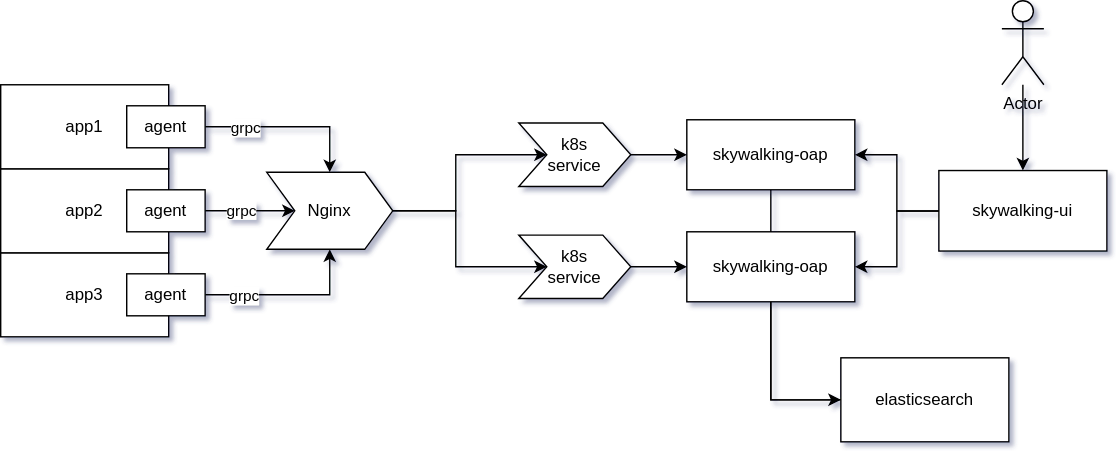
Earlier version of the draw.io export source/_posts/Distribution/grpc-in-k8s/skywalking-nginx.svg (holmofy/blog.hufeifei.cn). Source tidied: cells renumbered, new cells last; positions are measured from the earlier drawing's top-left corner, leaving out a move shared by most shapes. The source it was exported from:
```xml
<mxGraphModel>
  <root>
    <mxCell id="0" />
    <mxCell id="1" parent="0" />
    <mxCell id="2" style="edgeStyle=orthogonalEdgeStyle;rounded=0;jettySize=auto;html=1;entryX=0.5;entryY=0;entryDx=0;entryDy=0;" parent="1" edge="1" source="17" target="21">
      <mxGeometry relative="1" as="geometry">
        <Array as="points">
          <mxPoint x="550" y="285" />
          <mxPoint x="660" y="285" />
        </Array>
      </mxGeometry>
    </mxCell>
    <mxCell id="3" value="app3" style="rounded=0;whiteSpace=wrap;html=1;" parent="1" vertex="1">
      <mxGeometry y="180" width="120" height="60" as="geometry" />
    </mxCell>
    <mxCell id="4" value="app2" style="rounded=0;whiteSpace=wrap;html=1;" parent="1" vertex="1">
      <mxGeometry y="120" width="120" height="60" as="geometry" />
    </mxCell>
    <mxCell id="5" value="app1" style="rounded=0;whiteSpace=wrap;html=1;" parent="1" vertex="1">
      <mxGeometry y="60" width="120" height="60" as="geometry" />
    </mxCell>
    <mxCell id="6" style="edgeStyle=orthogonalEdgeStyle;rounded=0;jettySize=auto;html=1;entryX=0.5;entryY=0;entryDx=0;entryDy=0;" parent="1" edge="1" source="8" target="20">
      <mxGeometry relative="1" as="geometry" />
    </mxCell>
    <mxCell id="7" value="grpc" style="edgeLabel;html=1;align=center;verticalAlign=middle;" parent="6" vertex="1">
      <mxGeometry x="-0.54" relative="1" as="geometry" />
    </mxCell>
    <mxCell id="8" value="agent" style="rounded=0;whiteSpace=wrap;html=1;" parent="1" vertex="1">
      <mxGeometry x="90" y="75" width="56" height="30" as="geometry" />
    </mxCell>
    <mxCell id="9" style="edgeStyle=orthogonalEdgeStyle;rounded=0;jettySize=auto;html=1;entryX=0.5;entryY=1;entryDx=0;entryDy=0;" parent="1" edge="1" source="11" target="20">
      <mxGeometry relative="1" as="geometry" />
    </mxCell>
    <mxCell id="10" value="grpc" style="edgeLabel;html=1;align=center;verticalAlign=middle;" parent="9" vertex="1">
      <mxGeometry x="-0.56" y="1" relative="1" as="geometry">
        <mxPoint y="1" as="offset" />
      </mxGeometry>
    </mxCell>
    <mxCell id="11" value="agent" style="rounded=0;whiteSpace=wrap;html=1;" parent="1" vertex="1">
      <mxGeometry x="90" y="195" width="56" height="30" as="geometry" />
    </mxCell>
    <mxCell id="12" style="edgeStyle=orthogonalEdgeStyle;rounded=0;jettySize=auto;html=1;entryX=0;entryY=0.5;entryDx=0;entryDy=0;" parent="1" edge="1" source="14" target="20">
      <mxGeometry relative="1" as="geometry" />
    </mxCell>
    <mxCell id="13" value="grpc" style="edgeLabel;html=1;align=center;verticalAlign=middle;" parent="12" vertex="1">
      <mxGeometry x="-0.23" y="1" relative="1" as="geometry" />
    </mxCell>
    <mxCell id="14" value="agent" style="rounded=0;whiteSpace=wrap;html=1;" parent="1" vertex="1">
      <mxGeometry x="90" y="135" width="56" height="30" as="geometry" />
    </mxCell>
    <mxCell id="15" style="edgeStyle=orthogonalEdgeStyle;rounded=0;jettySize=auto;html=1;entryX=0;entryY=0.5;entryDx=0;entryDy=0;" parent="1" edge="1" source="16" target="21">
      <mxGeometry relative="1" as="geometry" />
    </mxCell>
    <mxCell id="16" value="skywalking-oap" style="rounded=0;whiteSpace=wrap;html=1;" parent="1" vertex="1">
      <mxGeometry x="490" y="165" width="120" height="50" as="geometry" />
    </mxCell>
    <mxCell id="17" value="skywalking-oap" style="rounded=0;whiteSpace=wrap;html=1;" parent="1" vertex="1">
      <mxGeometry x="490" y="85" width="120" height="50" as="geometry" />
    </mxCell>
    <mxCell id="18" style="edgeStyle=orthogonalEdgeStyle;rounded=0;jettySize=auto;html=1;entryX=0;entryY=0.5;entryDx=0;entryDy=0;" parent="1" edge="1" source="20" target="28">
      <mxGeometry relative="1" as="geometry" />
    </mxCell>
    <mxCell id="19" style="edgeStyle=orthogonalEdgeStyle;rounded=0;jettySize=auto;html=1;" parent="1" edge="1" source="20" target="30">
      <mxGeometry relative="1" as="geometry" />
    </mxCell>
    <mxCell id="20" value="Nginx" style="shape=step;perimeter=stepPerimeter;whiteSpace=wrap;html=1;fixedSize=1;" parent="1" vertex="1">
      <mxGeometry x="190" y="122.5" width="90" height="55" as="geometry" />
    </mxCell>
    <mxCell id="21" value="elasticsearch" style="rounded=0;whiteSpace=wrap;html=1;" parent="1" vertex="1">
      <mxGeometry x="600" y="255" width="120" height="60" as="geometry" />
    </mxCell>
    <mxCell id="22" style="edgeStyle=orthogonalEdgeStyle;rounded=0;jettySize=auto;html=1;entryX=1;entryY=0.5;entryDx=0;entryDy=0;" parent="1" edge="1" source="24" target="17">
      <mxGeometry relative="1" as="geometry" />
    </mxCell>
    <mxCell id="23" style="edgeStyle=orthogonalEdgeStyle;rounded=0;jettySize=auto;html=1;entryX=1;entryY=0.5;entryDx=0;entryDy=0;" parent="1" edge="1" source="24" target="16">
      <mxGeometry relative="1" as="geometry" />
    </mxCell>
    <mxCell id="24" value="skywalking-ui" style="rounded=0;whiteSpace=wrap;html=1;" parent="1" vertex="1">
      <mxGeometry x="670" y="121.2" width="120" height="57.5" as="geometry" />
    </mxCell>
    <mxCell id="25" style="edgeStyle=orthogonalEdgeStyle;rounded=0;jettySize=auto;html=1;" parent="1" edge="1" source="26" target="24">
      <mxGeometry relative="1" as="geometry" />
    </mxCell>
    <mxCell id="26" value="Actor" style="shape=umlActor;verticalLabelPosition=bottom;verticalAlign=top;html=1;outlineConnect=0;" parent="1" vertex="1">
      <mxGeometry x="715" width="30" height="60" as="geometry" />
    </mxCell>
    <mxCell id="27" style="edgeStyle=orthogonalEdgeStyle;rounded=0;jettySize=auto;html=1;" parent="1" edge="1" source="28" target="17">
      <mxGeometry relative="1" as="geometry" />
    </mxCell>
    <mxCell id="28" value="k8s&lt;br&gt;service" style="shape=step;perimeter=stepPerimeter;whiteSpace=wrap;html=1;fixedSize=1;" parent="1" vertex="1">
      <mxGeometry x="370" y="87.3" width="80" height="45.3" as="geometry" />
    </mxCell>
    <mxCell id="29" style="edgeStyle=orthogonalEdgeStyle;rounded=0;jettySize=auto;html=1;" parent="1" edge="1" source="30" target="16">
      <mxGeometry relative="1" as="geometry" />
    </mxCell>
    <mxCell id="30" value="k8s&lt;br&gt;service" style="shape=step;perimeter=stepPerimeter;whiteSpace=wrap;html=1;fixedSize=1;" parent="1" vertex="1">
      <mxGeometry x="370" y="167.3" width="80" height="45.3" as="geometry" />
    </mxCell>
  </root>
</mxGraphModel>
```
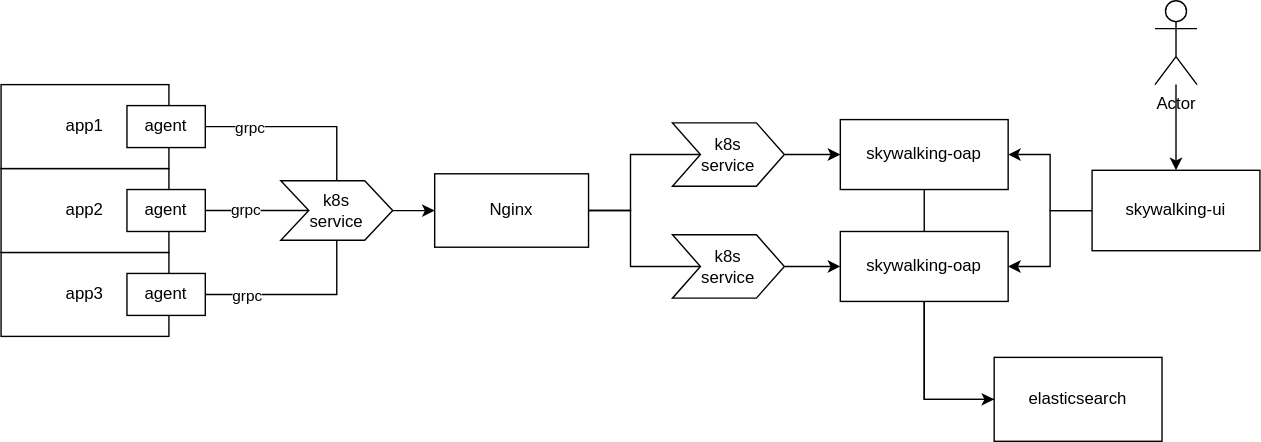
After the commit.

The edit, as a diff of the source:
```diff
@@ -5,8 +5,8 @@
     <mxCell id="2" style="edgeStyle=orthogonalEdgeStyle;rounded=0;jettySize=auto;html=1;entryX=0.5;entryY=0;entryDx=0;entryDy=0;" parent="1" edge="1" source="17" target="21">
       <mxGeometry relative="1" as="geometry">
         <Array as="points">
-          <mxPoint x="550" y="285" />
           <mxPoint x="660" y="285" />
+          <mxPoint x="770" y="285" />
         </Array>
       </mxGeometry>
     </mxCell>
@@ -19,7 +19,7 @@
     <mxCell id="5" value="app1" style="rounded=0;whiteSpace=wrap;html=1;" parent="1" vertex="1">
       <mxGeometry y="60" width="120" height="60" as="geometry" />
     </mxCell>
-    <mxCell id="6" style="edgeStyle=orthogonalEdgeStyle;rounded=0;jettySize=auto;html=1;entryX=0.5;entryY=0;entryDx=0;entryDy=0;" parent="1" edge="1" source="8" target="20">
+    <mxCell id="6" style="edgeStyle=orthogonalEdgeStyle;rounded=0;jettySize=auto;html=1;entryX=0.5;entryY=0;entryDx=0;entryDy=0;endArrow=none;endFill=0;" parent="1" edge="1" source="8" target="20">
       <mxGeometry relative="1" as="geometry" />
     </mxCell>
     <mxCell id="7" value="grpc" style="edgeLabel;html=1;align=center;verticalAlign=middle;" parent="6" vertex="1">
@@ -28,7 +28,7 @@
     <mxCell id="8" value="agent" style="rounded=0;whiteSpace=wrap;html=1;" parent="1" vertex="1">
       <mxGeometry x="90" y="75" width="56" height="30" as="geometry" />
     </mxCell>
-    <mxCell id="9" style="edgeStyle=orthogonalEdgeStyle;rounded=0;jettySize=auto;html=1;entryX=0.5;entryY=1;entryDx=0;entryDy=0;" parent="1" edge="1" source="11" target="20">
+    <mxCell id="9" style="edgeStyle=orthogonalEdgeStyle;rounded=0;jettySize=auto;html=1;entryX=0.5;entryY=1;entryDx=0;entryDy=0;endArrow=none;endFill=0;" parent="1" edge="1" source="11" target="20">
       <mxGeometry relative="1" as="geometry" />
     </mxCell>
     <mxCell id="10" value="grpc" style="edgeLabel;html=1;align=center;verticalAlign=middle;" parent="9" vertex="1">
@@ -39,7 +39,7 @@
     <mxCell id="11" value="agent" style="rounded=0;whiteSpace=wrap;html=1;" parent="1" vertex="1">
       <mxGeometry x="90" y="195" width="56" height="30" as="geometry" />
     </mxCell>
-    <mxCell id="12" style="edgeStyle=orthogonalEdgeStyle;rounded=0;jettySize=auto;html=1;entryX=0;entryY=0.5;entryDx=0;entryDy=0;" parent="1" edge="1" source="14" target="20">
+    <mxCell id="12" style="edgeStyle=orthogonalEdgeStyle;rounded=0;jettySize=auto;html=1;entryX=0;entryY=0.5;entryDx=0;entryDy=0;endArrow=none;endFill=0;" parent="1" edge="1" source="14" target="20">
       <mxGeometry relative="1" as="geometry" />
     </mxCell>
     <mxCell id="13" value="grpc" style="edgeLabel;html=1;align=center;verticalAlign=middle;" parent="12" vertex="1">
@@ -52,22 +52,25 @@
       <mxGeometry relative="1" as="geometry" />
     </mxCell>
     <mxCell id="16" value="skywalking-oap" style="rounded=0;whiteSpace=wrap;html=1;" parent="1" vertex="1">
-      <mxGeometry x="490" y="165" width="120" height="50" as="geometry" />
+      <mxGeometry x="600" y="165" width="120" height="50" as="geometry" />
     </mxCell>
     <mxCell id="17" value="skywalking-oap" style="rounded=0;whiteSpace=wrap;html=1;" parent="1" vertex="1">
-      <mxGeometry x="490" y="85" width="120" height="50" as="geometry" />
+      <mxGeometry x="600" y="85" width="120" height="50" as="geometry" />
     </mxCell>
-    <mxCell id="18" style="edgeStyle=orthogonalEdgeStyle;rounded=0;jettySize=auto;html=1;entryX=0;entryY=0.5;entryDx=0;entryDy=0;" parent="1" edge="1" source="20" target="28">
+    <mxCell id="18" style="edgeStyle=orthogonalEdgeStyle;rounded=0;jettySize=auto;html=1;entryX=0;entryY=0.5;entryDx=0;entryDy=0;endArrow=none;endFill=0;exitX=1;exitY=0.5;exitDx=0;exitDy=0;" parent="1" edge="1" source="32" target="28">
       <mxGeometry relative="1" as="geometry" />
     </mxCell>
-    <mxCell id="19" style="edgeStyle=orthogonalEdgeStyle;rounded=0;jettySize=auto;html=1;" parent="1" edge="1" source="20" target="30">
+    <mxCell id="19" style="edgeStyle=orthogonalEdgeStyle;rounded=0;jettySize=auto;html=1;endArrow=none;endFill=0;exitX=1;exitY=0.5;exitDx=0;exitDy=0;" parent="1" edge="1" source="32" target="30">
       <mxGeometry relative="1" as="geometry" />
     </mxCell>
+    <mxCell id="31" style="edgeStyle=orthogonalEdgeStyle;rounded=0;jettySize=auto;html=1;entryX=0;entryY=0.5;entryDx=0;entryDy=0;" parent="1" edge="1" source="20" target="32">
+      <mxGeometry relative="1" as="geometry" />
+    </mxCell>
-    <mxCell id="20" value="Nginx" style="shape=step;perimeter=stepPerimeter;whiteSpace=wrap;html=1;fixedSize=1;" parent="1" vertex="1">
-      <mxGeometry x="190" y="122.5" width="90" height="55" as="geometry" />
+    <mxCell id="20" value="k8s&lt;br&gt;service" style="shape=step;perimeter=stepPerimeter;whiteSpace=wrap;html=1;fixedSize=1;" parent="1" vertex="1">
+      <mxGeometry x="200" y="128.8" width="80" height="42.5" as="geometry" />
     </mxCell>
     <mxCell id="21" value="elasticsearch" style="rounded=0;whiteSpace=wrap;html=1;" parent="1" vertex="1">
-      <mxGeometry x="600" y="255" width="120" height="60" as="geometry" />
+      <mxGeometry x="710" y="255" width="120" height="60" as="geometry" />
     </mxCell>
     <mxCell id="22" style="edgeStyle=orthogonalEdgeStyle;rounded=0;jettySize=auto;html=1;entryX=1;entryY=0.5;entryDx=0;entryDy=0;" parent="1" edge="1" source="24" target="17">
       <mxGeometry relative="1" as="geometry" />
@@ -76,25 +79,28 @@
       <mxGeometry relative="1" as="geometry" />
     </mxCell>
     <mxCell id="24" value="skywalking-ui" style="rounded=0;whiteSpace=wrap;html=1;" parent="1" vertex="1">
-      <mxGeometry x="670" y="121.2" width="120" height="57.5" as="geometry" />
+      <mxGeometry x="780" y="121.2" width="120" height="57.5" as="geometry" />
     </mxCell>
     <mxCell id="25" style="edgeStyle=orthogonalEdgeStyle;rounded=0;jettySize=auto;html=1;" parent="1" edge="1" source="26" target="24">
       <mxGeometry relative="1" as="geometry" />
     </mxCell>
     <mxCell id="26" value="Actor" style="shape=umlActor;verticalLabelPosition=bottom;verticalAlign=top;html=1;outlineConnect=0;" parent="1" vertex="1">
-      <mxGeometry x="715" width="30" height="60" as="geometry" />
+      <mxGeometry x="825" width="30" height="60" as="geometry" />
     </mxCell>
     <mxCell id="27" style="edgeStyle=orthogonalEdgeStyle;rounded=0;jettySize=auto;html=1;" parent="1" edge="1" source="28" target="17">
       <mxGeometry relative="1" as="geometry" />
     </mxCell>
     <mxCell id="28" value="k8s&lt;br&gt;service" style="shape=step;perimeter=stepPerimeter;whiteSpace=wrap;html=1;fixedSize=1;" parent="1" vertex="1">
-      <mxGeometry x="370" y="87.3" width="80" height="45.3" as="geometry" />
+      <mxGeometry x="480" y="87.3" width="80" height="45.3" as="geometry" />
     </mxCell>
     <mxCell id="29" style="edgeStyle=orthogonalEdgeStyle;rounded=0;jettySize=auto;html=1;" parent="1" edge="1" source="30" target="16">
       <mxGeometry relative="1" as="geometry" />
     </mxCell>
     <mxCell id="30" value="k8s&lt;br&gt;service" style="shape=step;perimeter=stepPerimeter;whiteSpace=wrap;html=1;fixedSize=1;" parent="1" vertex="1">
-      <mxGeometry x="370" y="167.3" width="80" height="45.3" as="geometry" />
+      <mxGeometry x="480" y="167.3" width="80" height="45.3" as="geometry" />
     </mxCell>
+    <mxCell id="32" value="Nginx" style="rounded=0;whiteSpace=wrap;html=1;" parent="1" vertex="1">
+      <mxGeometry x="310" y="123.8" width="110" height="52.5" as="geometry" />
+    </mxCell>
   </root>
 </mxGraphModel>
```
